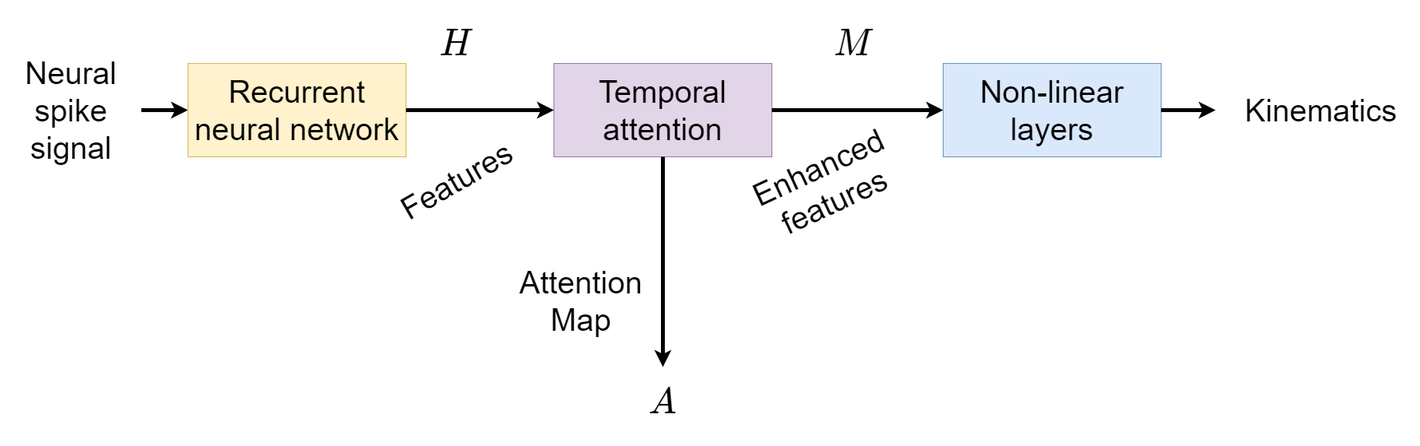
Before: Thesis_Wu/Figures/my_pipeline.png, a diagram exported from draw.io (ElektrischesSchaf/Spike_Analysis). Source tidied: cells renumbered, new cells last; positions are measured from the earlier drawing's top-left corner, leaving out a move shared by most shapes.
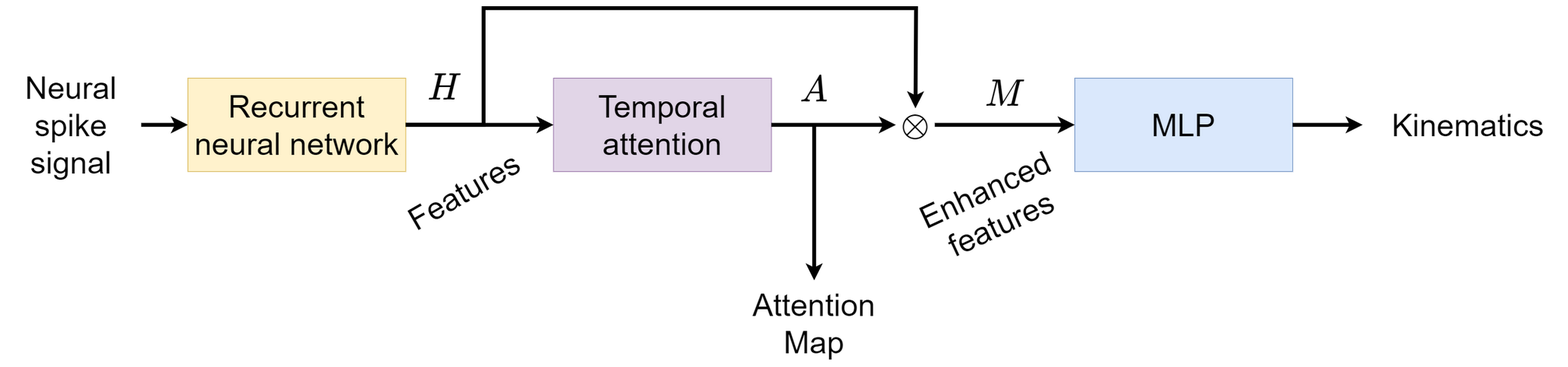
After the commit.

Diff of the diagram source:
```diff
@@ -14,43 +14,58 @@
     <mxCell id="5" value="Temporal&lt;br style=&quot;font-size: 40px;&quot;&gt;attention" style="rounded=0;whiteSpace=wrap;html=1;fontSize=40;fillColor=#e1d5e7;strokeColor=#9673a6;" parent="1" vertex="1">
       <mxGeometry x="710" y="80" width="280" height="120" as="geometry" />
     </mxCell>
-    <mxCell id="6" value="Non-linear&lt;br style=&quot;font-size: 40px;&quot;&gt;layers" style="rounded=0;whiteSpace=wrap;html=1;fontSize=40;fillColor=#dae8fc;strokeColor=#6c8ebf;" parent="1" vertex="1">
-      <mxGeometry x="1210" y="80" width="280" height="120" as="geometry" />
+    <mxCell id="6" value="MLP" style="rounded=0;whiteSpace=wrap;html=1;fontSize=40;fillColor=#dae8fc;strokeColor=#6c8ebf;" parent="1" vertex="1">
+      <mxGeometry x="1380" y="80" width="280" height="120" as="geometry" />
     </mxCell>
     <mxCell id="7" value="Features" style="text;html=1;strokeColor=none;fillColor=none;align=center;verticalAlign=middle;whiteSpace=wrap;rounded=0;fontSize=40;rotation=-30;" parent="1" vertex="1">
-      <mxGeometry x="480" y="175" width="210" height="110" as="geometry" />
+      <mxGeometry x="490" y="170" width="210" height="110" as="geometry" />
     </mxCell>
     <mxCell id="8" value="Enhanced&lt;br style=&quot;font-size: 40px;&quot;&gt;features" style="text;html=1;strokeColor=none;fillColor=none;align=center;verticalAlign=middle;whiteSpace=wrap;rounded=0;fontSize=40;rotation=-25;" parent="1" vertex="1">
-      <mxGeometry x="955" y="180" width="210" height="110" as="geometry" />
+      <mxGeometry x="1170" y="190" width="210" height="110" as="geometry" />
     </mxCell>
     <mxCell id="9" value="&amp;nbsp;Kinematics" style="text;html=1;strokeColor=none;fillColor=none;align=center;verticalAlign=middle;whiteSpace=wrap;rounded=0;fontSize=40;" parent="1" vertex="1">
-      <mxGeometry x="1560" y="87.5" width="260" height="105" as="geometry" />
+      <mxGeometry x="1750" y="87.5" width="260" height="105" as="geometry" />
     </mxCell>
-    <mxCell id="10" style="endArrow=classic;html=1;fontSize=40;strokeWidth=5;exitX=1;exitY=0.5;exitDx=0;exitDy=0;entryX=0;entryY=0.5;entryDx=0;entryDy=0;" parent="1" edge="1" source="4" target="5">
-      <mxGeometry relative="1" as="geometry" />
+    <mxCell id="10" style="endArrow=classic;html=1;fontSize=40;strokeWidth=5;exitX=1;exitY=0.5;exitDx=0;exitDy=0;rounded=0;" parent="1" edge="1" source="4" target="19">
+      <mxGeometry relative="1" as="geometry">
+        <Array as="points">
+          <mxPoint x="620" y="140" />
+          <mxPoint x="620" y="-10" />
+          <mxPoint x="1176" y="-10" />
+        </Array>
+      </mxGeometry>
     </mxCell>
     <mxCell id="11" value="$$H$$" style="text;html=1;strokeColor=none;fillColor=none;align=center;verticalAlign=middle;whiteSpace=wrap;rounded=0;fontSize=40;rotation=0;" parent="1" vertex="1">
-      <mxGeometry x="480" width="210" height="110" as="geometry" />
+      <mxGeometry x="520" y="60" width="100" height="65" as="geometry" />
     </mxCell>
-    <mxCell id="12" style="endArrow=classic;html=1;fontSize=40;strokeWidth=5;exitX=1;exitY=0.5;exitDx=0;exitDy=0;entryX=0;entryY=0.5;entryDx=0;entryDy=0;" parent="1" edge="1" source="5" target="6">
+    <mxCell id="12" style="endArrow=classic;html=1;fontSize=40;strokeWidth=5;exitX=1;exitY=0.5;exitDx=0;exitDy=0;" parent="1" edge="1" source="4" target="5">
       <mxGeometry relative="1" as="geometry" />
     </mxCell>
     <mxCell id="13" value="$$M$$" style="text;html=1;strokeColor=none;fillColor=none;align=center;verticalAlign=middle;whiteSpace=wrap;rounded=0;fontSize=40;rotation=0;" parent="1" vertex="1">
-      <mxGeometry x="990" width="210" height="110" as="geometry" />
+      <mxGeometry x="1240" y="60" width="100" height="81.2" as="geometry" />
     </mxCell>
-    <mxCell id="14" style="endArrow=classic;html=1;fontSize=40;strokeWidth=5;exitX=0.5;exitY=1;exitDx=0;exitDy=0;" parent="1" edge="1" source="5">
+    <mxCell id="14" style="endArrow=classic;html=1;fontSize=40;strokeWidth=5;" parent="1" edge="1" target="15">
       <mxGeometry relative="1" as="geometry">
-        <mxPoint x="850" y="470" as="targetPoint" />
+        <mxPoint x="1045" y="140" as="sourcePoint" />
       </mxGeometry>
     </mxCell>
     <mxCell id="15" value="Attention Map" style="text;html=1;strokeColor=none;fillColor=none;align=center;verticalAlign=middle;whiteSpace=wrap;rounded=0;fontSize=40;rotation=0;" parent="1" vertex="1">
-      <mxGeometry x="640" y="330" width="210" height="110" as="geometry" />
+      <mxGeometry x="940" y="340" width="210" height="110" as="geometry" />
     </mxCell>
     <mxCell id="16" value="$$A$$" style="text;html=1;strokeColor=none;fillColor=none;align=center;verticalAlign=middle;whiteSpace=wrap;rounded=0;fontSize=40;rotation=0;" parent="1" vertex="1">
-      <mxGeometry x="745" y="460" width="210" height="110" as="geometry" />
+      <mxGeometry x="975" y="60" width="140" height="70" as="geometry" />
     </mxCell>
     <mxCell id="17" style="endArrow=classic;html=1;fontSize=40;strokeWidth=5;exitX=1;exitY=0.5;exitDx=0;exitDy=0;" parent="1" edge="1" source="6" target="9">
       <mxGeometry relative="1" as="geometry" />
     </mxCell>
+    <mxCell id="18" style="endArrow=classic;html=1;fontSize=40;strokeWidth=5;exitX=1;exitY=0.5;exitDx=0;exitDy=0;" parent="1" edge="1" source="5" target="19">
+      <mxGeometry relative="1" as="geometry" />
+    </mxCell>
+    <mxCell id="19" value="$$\otimes$$" style="text;html=1;strokeColor=none;fillColor=none;align=center;verticalAlign=middle;whiteSpace=wrap;rounded=0;fontSize=40;rotation=0;" parent="1" vertex="1">
+      <mxGeometry x="1150" y="118.8" width="50" height="42.5" as="geometry" />
+    </mxCell>
+    <mxCell id="20" style="endArrow=classic;html=1;fontSize=40;strokeWidth=5;exitX=1;exitY=0.5;exitDx=0;exitDy=0;" parent="1" edge="1" source="19" target="6">
+      <mxGeometry relative="1" as="geometry" />
+    </mxCell>
   </root>
 </mxGraphModel>
```
